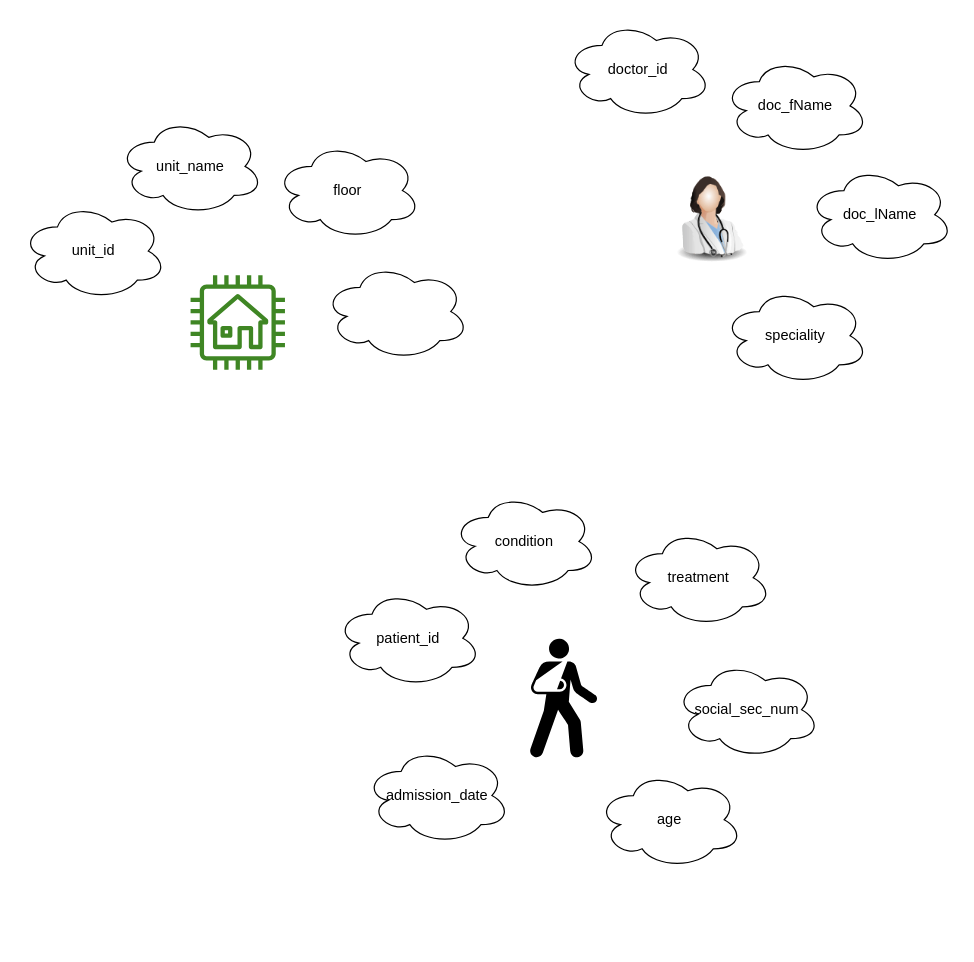
Before: page "Page-1" (1 of 4) of claus/healthcenter.drawio in OinkoIT/BE16-MySQL-DAY2-Claus-Markus, a draw.io diagram. Source tidied: cells renumbered, new cells numbered last; positions are measured from the earlier drawing's top-left corner, leaving out a move shared by most shapes. Both pictures are drawn from the tidied source at 121%, with x=0, y=0 at pixel (21, 21).
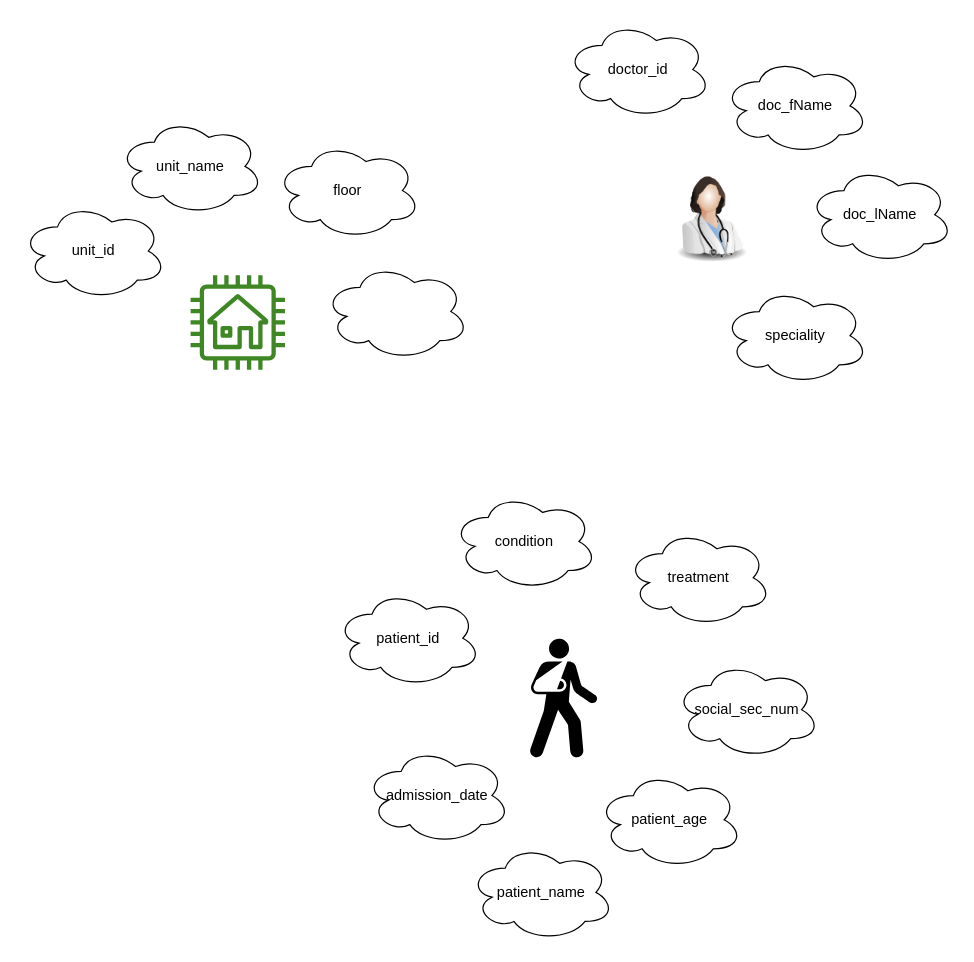
After the change.

Diff of the diagram source:
```diff
@@
 <mxGraphModel>
   <root>
     <mxCell id="0" />
     <mxCell id="1" parent="0" />
     <mxCell id="2" style="sketch=0;fontColor=#232F3E;gradientColor=none;fillColor=#3F8624;strokeColor=none;dashed=0;verticalLabelPosition=bottom;verticalAlign=top;align=center;html=1;fontSize=12;fontStyle=0;shape=mxgraph.aws4.house;" parent="1" vertex="1">
       <mxGeometry x="140" y="210" width="78" height="78" as="geometry" />
     </mxCell>
     <mxCell id="3" style="image;html=1;image=img/lib/clip_art/people/Doctor_Woman_128x128.png;" parent="1" vertex="1">
       <mxGeometry x="530" y="120" width="80" height="80" as="geometry" />
     </mxCell>
     <mxCell id="4" style="shape=mxgraph.signs.healthcare.out_patient;html=1;fillColor=#000000;strokeColor=none;verticalLabelPosition=bottom;verticalAlign=top;align=center;" parent="1" vertex="1">
       <mxGeometry x="420" y="510" width="56" height="99" as="geometry" />
     </mxCell>
     <mxCell id="5" value="unit_id" style="ellipse;shape=cloud;whiteSpace=wrap;html=1;" parent="1" vertex="1">
       <mxGeometry y="150" width="120" height="80" as="geometry" />
     </mxCell>
     <mxCell id="6" value="unit_name" style="ellipse;shape=cloud;whiteSpace=wrap;html=1;" parent="1" vertex="1">
       <mxGeometry x="80" y="80" width="120" height="80" as="geometry" />
     </mxCell>
     <mxCell id="7" value="floor" style="ellipse;shape=cloud;whiteSpace=wrap;html=1;" parent="1" vertex="1">
       <mxGeometry x="210" y="100" width="120" height="80" as="geometry" />
     </mxCell>
     <mxCell id="8" style="ellipse;shape=cloud;whiteSpace=wrap;html=1;" parent="1" vertex="1">
       <mxGeometry x="250" y="200" width="120" height="80" as="geometry" />
     </mxCell>
     <mxCell id="9" value="doctor_id" style="ellipse;shape=cloud;whiteSpace=wrap;html=1;" parent="1" vertex="1">
       <mxGeometry x="450" width="120" height="80" as="geometry" />
     </mxCell>
     <mxCell id="10" value="doc_fName" style="ellipse;shape=cloud;whiteSpace=wrap;html=1;" parent="1" vertex="1">
       <mxGeometry x="580" y="30" width="120" height="80" as="geometry" />
     </mxCell>
     <mxCell id="11" value="doc_lName" style="ellipse;shape=cloud;whiteSpace=wrap;html=1;" parent="1" vertex="1">
       <mxGeometry x="650" y="120" width="120" height="80" as="geometry" />
     </mxCell>
     <mxCell id="12" value="speciality" style="ellipse;shape=cloud;whiteSpace=wrap;html=1;" parent="1" vertex="1">
       <mxGeometry x="580" y="220" width="120" height="80" as="geometry" />
     </mxCell>
     <mxCell id="13" value="patient_id" style="ellipse;shape=cloud;whiteSpace=wrap;html=1;" parent="1" vertex="1">
       <mxGeometry x="260" y="470" width="120" height="80" as="geometry" />
     </mxCell>
     <mxCell id="14" value="condition" style="ellipse;shape=cloud;whiteSpace=wrap;html=1;" parent="1" vertex="1">
       <mxGeometry x="356" y="390" width="120" height="80" as="geometry" />
     </mxCell>
     <mxCell id="15" value="treatment" style="ellipse;shape=cloud;whiteSpace=wrap;html=1;" parent="1" vertex="1">
       <mxGeometry x="500" y="420" width="120" height="80" as="geometry" />
     </mxCell>
     <mxCell id="16" value="social_sec_num" style="ellipse;shape=cloud;whiteSpace=wrap;html=1;" parent="1" vertex="1">
       <mxGeometry x="540" y="529" width="120" height="80" as="geometry" />
     </mxCell>
-    <mxCell id="17" value="age" style="ellipse;shape=cloud;whiteSpace=wrap;html=1;" parent="1" vertex="1">
+    <mxCell id="17" value="patient_age" style="ellipse;shape=cloud;whiteSpace=wrap;html=1;" parent="1" vertex="1">
       <mxGeometry x="476" y="620" width="120" height="80" as="geometry" />
     </mxCell>
     <mxCell id="18" value="admission_date" style="ellipse;shape=cloud;whiteSpace=wrap;html=1;" parent="1" vertex="1">
       <mxGeometry x="284" y="600" width="120" height="80" as="geometry" />
     </mxCell>
+    <mxCell id="19" value="patient_name" style="ellipse;shape=cloud;whiteSpace=wrap;html=1;" parent="1" vertex="1">
+      <mxGeometry x="370" y="680" width="120" height="80" as="geometry" />
+    </mxCell>
   </root>
 </mxGraphModel>
```
